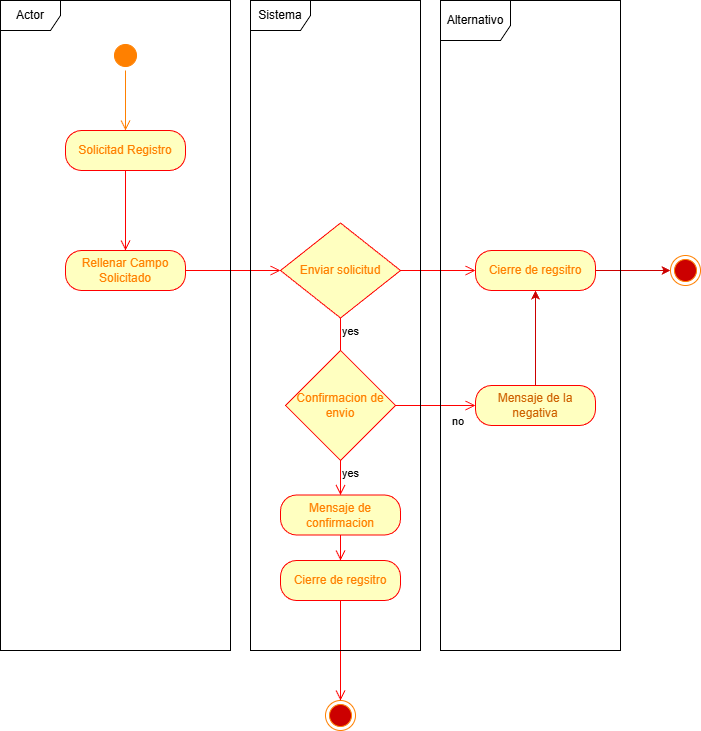
misaeluno/Proyecto-de-Software keeps this draw.io diagram as Misael/Clase_2 Proyecto/Unidad 2/Diagrama Actividad/Diagrama de actividad-Solicitad Registro_2_.drawio.png. Above is the earlier version. Source tidied: cells renumbered, new cells last; positions are measured from the earlier drawing's top-left corner, leaving out a move shared by most shapes. Its diagram source:
```xml
<mxGraphModel>
  <root>
    <mxCell id="0" />
    <mxCell id="1" parent="0" />
    <mxCell id="2" style="ellipse;html=1;shape=startState;fillColor=#FF8000;strokeColor=#FF8000;" parent="1" vertex="1">
      <mxGeometry x="110" y="40" width="30" height="30" as="geometry" />
    </mxCell>
    <mxCell id="3" style="edgeStyle=orthogonalEdgeStyle;html=1;verticalAlign=bottom;endArrow=open;endSize=8;strokeColor=#FF8000;rounded=0;" parent="1" edge="1" source="2">
      <mxGeometry relative="1" as="geometry">
        <mxPoint x="125" y="130" as="targetPoint" />
      </mxGeometry>
    </mxCell>
    <mxCell id="4" value="&lt;font style=&quot;color: rgb(255, 128, 0);&quot;&gt;Solicitad Registro&lt;/font&gt;" style="rounded=1;whiteSpace=wrap;html=1;arcSize=40;fontColor=#000000;fillColor=#ffffc0;strokeColor=#ff0000;" parent="1" vertex="1">
      <mxGeometry x="65" y="130" width="120" height="40" as="geometry" />
    </mxCell>
    <mxCell id="5" style="edgeStyle=orthogonalEdgeStyle;html=1;verticalAlign=bottom;endArrow=open;endSize=8;strokeColor=#ff0000;rounded=0;exitX=0.5;exitY=1;exitDx=0;exitDy=0;entryX=0.5;entryY=0;entryDx=0;entryDy=0;" parent="1" edge="1" source="4" target="6">
      <mxGeometry relative="1" as="geometry">
        <Array as="points">
          <mxPoint x="125" y="230" />
          <mxPoint x="125" y="230" />
        </Array>
      </mxGeometry>
    </mxCell>
    <mxCell id="6" value="&lt;font style=&quot;color: rgb(255, 128, 0);&quot;&gt;Rellenar Campo Solicitado&lt;/font&gt;" style="rounded=1;whiteSpace=wrap;html=1;arcSize=40;fontColor=#000000;fillColor=#ffffc0;strokeColor=#ff0000;" parent="1" vertex="1">
      <mxGeometry x="65" y="250" width="120" height="40" as="geometry" />
    </mxCell>
    <mxCell id="7" style="edgeStyle=orthogonalEdgeStyle;html=1;verticalAlign=bottom;endArrow=open;endSize=8;strokeColor=#ff0000;rounded=0;" parent="1" edge="1" source="6">
      <mxGeometry relative="1" as="geometry">
        <mxPoint x="280" y="270" as="targetPoint" />
      </mxGeometry>
    </mxCell>
    <mxCell id="8" style="ellipse;html=1;shape=endState;fillColor=#CC0000;strokeColor=#FF8000;" parent="1" vertex="1">
      <mxGeometry x="325" y="700" width="30" height="30" as="geometry" />
    </mxCell>
    <mxCell id="9" value="&lt;font style=&quot;color: rgb(255, 128, 0);&quot;&gt;Enviar solicitud&lt;/font&gt;" style="rhombus;whiteSpace=wrap;html=1;fontColor=#000000;fillColor=#ffffc0;strokeColor=#ff0000;" parent="1" vertex="1">
      <mxGeometry x="280" y="222.5" width="120" height="95" as="geometry" />
    </mxCell>
    <mxCell id="10" value="yes" style="edgeStyle=orthogonalEdgeStyle;html=1;align=left;verticalAlign=top;endArrow=open;endSize=8;strokeColor=#ff0000;rounded=0;" parent="1" edge="1" source="9">
      <mxGeometry x="-1" relative="1" as="geometry">
        <mxPoint x="340" y="420" as="targetPoint" />
      </mxGeometry>
    </mxCell>
    <mxCell id="11" style="edgeStyle=orthogonalEdgeStyle;html=1;verticalAlign=bottom;endArrow=open;endSize=8;strokeColor=#ff0000;rounded=0;" parent="1" edge="1" source="22" target="8">
      <mxGeometry relative="1" as="geometry" />
    </mxCell>
    <mxCell id="12" value="&lt;font style=&quot;color: rgb(255, 128, 0);&quot;&gt;Confirmacion de envio&lt;/font&gt;" style="rhombus;whiteSpace=wrap;html=1;fontColor=#000000;fillColor=#ffffc0;strokeColor=#ff0000;" parent="1" vertex="1">
      <mxGeometry x="285" y="350" width="110" height="110" as="geometry" />
    </mxCell>
    <mxCell id="13" value="no" style="edgeStyle=orthogonalEdgeStyle;html=1;align=left;verticalAlign=bottom;endArrow=open;endSize=8;strokeColor=#ff0000;rounded=0;entryX=0;entryY=0.5;entryDx=0;entryDy=0;" parent="1" edge="1" source="12" target="16">
      <mxGeometry x="0.38" y="-25" relative="1" as="geometry" />
    </mxCell>
    <mxCell id="14" value="yes" style="edgeStyle=orthogonalEdgeStyle;html=1;align=left;verticalAlign=top;endArrow=open;endSize=8;strokeColor=#ff0000;rounded=0;" parent="1" edge="1" source="12" target="17">
      <mxGeometry x="-1" relative="1" as="geometry" />
    </mxCell>
    <mxCell id="15" style="edgeStyle=orthogonalEdgeStyle;rounded=0;jettySize=auto;html=1;entryX=0.5;entryY=1;entryDx=0;entryDy=0;strokeColor=#CC0000;" parent="1" edge="1" source="16" target="20">
      <mxGeometry relative="1" as="geometry" />
    </mxCell>
    <mxCell id="16" value="&lt;font color=&quot;#ce6100&quot;&gt;Mensaje de la negativa&lt;/font&gt;" style="rounded=1;whiteSpace=wrap;html=1;arcSize=40;fontColor=#000000;fillColor=#ffffc0;strokeColor=#ff0000;" parent="1" vertex="1">
      <mxGeometry x="475" y="385" width="120" height="40" as="geometry" />
    </mxCell>
    <mxCell id="17" value="&lt;font style=&quot;color: rgb(255, 128, 0);&quot;&gt;Mensaje de confirmacion&lt;/font&gt;" style="rounded=1;whiteSpace=wrap;html=1;arcSize=40;fontColor=#000000;fillColor=#ffffc0;strokeColor=#ff0000;" parent="1" vertex="1">
      <mxGeometry x="280" y="494.5" width="120" height="40" as="geometry" />
    </mxCell>
    <mxCell id="18" style="edgeStyle=orthogonalEdgeStyle;html=1;verticalAlign=bottom;endArrow=open;endSize=8;strokeColor=#ff0000;rounded=0;" parent="1" edge="1" source="17" target="22">
      <mxGeometry relative="1" as="geometry" />
    </mxCell>
    <mxCell id="19" style="edgeStyle=orthogonalEdgeStyle;rounded=0;jettySize=auto;html=1;strokeColor=#CC0000;" parent="1" edge="1" source="20" target="23">
      <mxGeometry relative="1" as="geometry" />
    </mxCell>
    <mxCell id="20" value="&lt;font style=&quot;color: rgb(255, 128, 0);&quot;&gt;Cierre de regsitro&lt;/font&gt;" style="rounded=1;whiteSpace=wrap;html=1;arcSize=40;fontColor=#000000;fillColor=#ffffc0;strokeColor=#ff0000;" parent="1" vertex="1">
      <mxGeometry x="475" y="250" width="120" height="40" as="geometry" />
    </mxCell>
    <mxCell id="21" style="edgeStyle=orthogonalEdgeStyle;html=1;align=left;verticalAlign=bottom;endArrow=open;endSize=8;strokeColor=#ff0000;rounded=0;entryX=0;entryY=0.5;entryDx=0;entryDy=0;" parent="1" edge="1" source="9" target="20">
      <mxGeometry x="-1" relative="1" as="geometry" />
    </mxCell>
    <mxCell id="22" value="&lt;font style=&quot;color: rgb(255, 128, 0);&quot;&gt;Cierre de regsitro&lt;/font&gt;" style="rounded=1;whiteSpace=wrap;html=1;arcSize=40;fontColor=#000000;fillColor=#ffffc0;strokeColor=#ff0000;" parent="1" vertex="1">
      <mxGeometry x="280" y="560" width="120" height="40" as="geometry" />
    </mxCell>
    <mxCell id="23" style="ellipse;html=1;shape=endState;fillColor=#CC0000;strokeColor=#FF8000;" parent="1" vertex="1">
      <mxGeometry x="670" y="255" width="30" height="30" as="geometry" />
    </mxCell>
    <mxCell id="24" value="Actor" style="shape=umlFrame;whiteSpace=wrap;html=1;" parent="1" vertex="1">
      <mxGeometry width="230" height="650" as="geometry" />
    </mxCell>
    <mxCell id="25" value="Sistema" style="shape=umlFrame;whiteSpace=wrap;html=1;" parent="1" vertex="1">
      <mxGeometry x="250" width="170" height="650" as="geometry" />
    </mxCell>
    <mxCell id="26" value="Alternativo" style="shape=umlFrame;whiteSpace=wrap;html=1;width=70;height=40;" parent="1" vertex="1">
      <mxGeometry x="440" width="180" height="650" as="geometry" />
    </mxCell>
  </root>
</mxGraphModel>
```
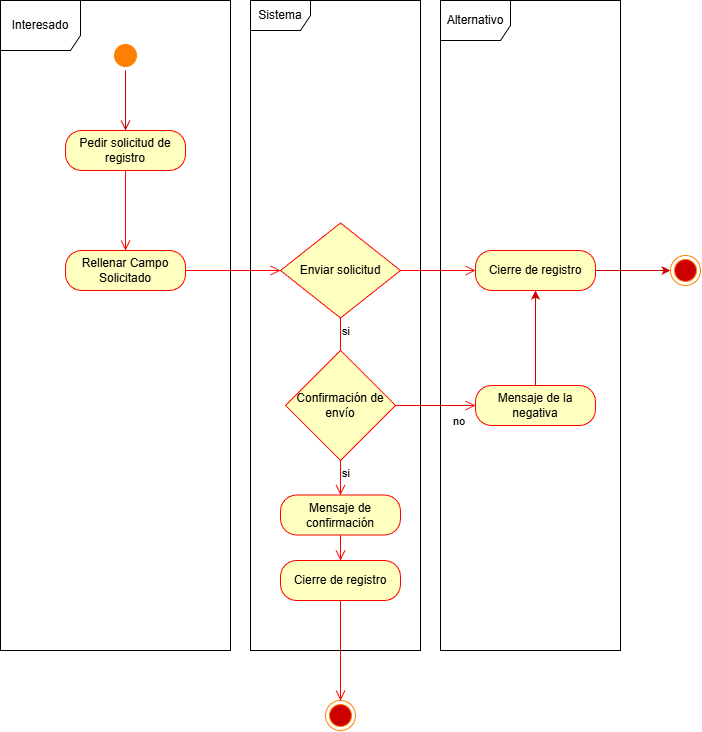
After the commit.

Diff of the diagram source:
```diff
@@ -5,12 +5,12 @@
     <mxCell id="2" style="ellipse;html=1;shape=startState;fillColor=#FF8000;strokeColor=#FF8000;" parent="1" vertex="1">
       <mxGeometry x="110" y="40" width="30" height="30" as="geometry" />
     </mxCell>
-    <mxCell id="3" style="edgeStyle=orthogonalEdgeStyle;html=1;verticalAlign=bottom;endArrow=open;endSize=8;strokeColor=#FF8000;rounded=0;" parent="1" edge="1" source="2">
+    <mxCell id="3" style="edgeStyle=orthogonalEdgeStyle;html=1;verticalAlign=bottom;endArrow=open;endSize=8;strokeColor=#CC0000;rounded=0;" parent="1" edge="1" source="2">
       <mxGeometry relative="1" as="geometry">
         <mxPoint x="125" y="130" as="targetPoint" />
       </mxGeometry>
     </mxCell>
-    <mxCell id="4" value="&lt;font style=&quot;color: rgb(255, 128, 0);&quot;&gt;Solicitad Registro&lt;/font&gt;" style="rounded=1;whiteSpace=wrap;html=1;arcSize=40;fontColor=#000000;fillColor=#ffffc0;strokeColor=#ff0000;" parent="1" vertex="1">
+    <mxCell id="4" value="&lt;font style=&quot;color: rgb(0, 0, 0);&quot;&gt;Pedir solicitud de registro&lt;/font&gt;" style="rounded=1;whiteSpace=wrap;html=1;arcSize=40;fontColor=#000000;fillColor=#ffffc0;strokeColor=#ff0000;" parent="1" vertex="1">
       <mxGeometry x="65" y="130" width="120" height="40" as="geometry" />
     </mxCell>
     <mxCell id="5" style="edgeStyle=orthogonalEdgeStyle;html=1;verticalAlign=bottom;endArrow=open;endSize=8;strokeColor=#ff0000;rounded=0;exitX=0.5;exitY=1;exitDx=0;exitDy=0;entryX=0.5;entryY=0;entryDx=0;entryDy=0;" parent="1" edge="1" source="4" target="6">
@@ -21,7 +21,7 @@
         </Array>
       </mxGeometry>
     </mxCell>
-    <mxCell id="6" value="&lt;font style=&quot;color: rgb(255, 128, 0);&quot;&gt;Rellenar Campo Solicitado&lt;/font&gt;" style="rounded=1;whiteSpace=wrap;html=1;arcSize=40;fontColor=#000000;fillColor=#ffffc0;strokeColor=#ff0000;" parent="1" vertex="1">
+    <mxCell id="6" value="&lt;font style=&quot;color: rgb(0, 0, 0);&quot;&gt;Rellenar Campo Solicitado&lt;/font&gt;" style="rounded=1;whiteSpace=wrap;html=1;arcSize=40;fontColor=#000000;fillColor=#ffffc0;strokeColor=#ff0000;" parent="1" vertex="1">
       <mxGeometry x="65" y="250" width="120" height="40" as="geometry" />
     </mxCell>
     <mxCell id="7" style="edgeStyle=orthogonalEdgeStyle;html=1;verticalAlign=bottom;endArrow=open;endSize=8;strokeColor=#ff0000;rounded=0;" parent="1" edge="1" source="6">
@@ -32,10 +32,10 @@
     <mxCell id="8" style="ellipse;html=1;shape=endState;fillColor=#CC0000;strokeColor=#FF8000;" parent="1" vertex="1">
       <mxGeometry x="325" y="700" width="30" height="30" as="geometry" />
     </mxCell>
-    <mxCell id="9" value="&lt;font style=&quot;color: rgb(255, 128, 0);&quot;&gt;Enviar solicitud&lt;/font&gt;" style="rhombus;whiteSpace=wrap;html=1;fontColor=#000000;fillColor=#ffffc0;strokeColor=#ff0000;" parent="1" vertex="1">
+    <mxCell id="9" value="&lt;font style=&quot;color: rgb(0, 0, 0);&quot;&gt;Enviar solicitud&lt;/font&gt;" style="rhombus;whiteSpace=wrap;html=1;fontColor=#000000;fillColor=#ffffc0;strokeColor=#ff0000;" parent="1" vertex="1">
       <mxGeometry x="280" y="222.5" width="120" height="95" as="geometry" />
     </mxCell>
-    <mxCell id="10" value="yes" style="edgeStyle=orthogonalEdgeStyle;html=1;align=left;verticalAlign=top;endArrow=open;endSize=8;strokeColor=#ff0000;rounded=0;" parent="1" edge="1" source="9">
+    <mxCell id="10" value="si" style="edgeStyle=orthogonalEdgeStyle;html=1;align=left;verticalAlign=top;endArrow=open;endSize=8;strokeColor=#ff0000;rounded=0;" parent="1" edge="1" source="9">
       <mxGeometry x="-1" relative="1" as="geometry">
         <mxPoint x="340" y="420" as="targetPoint" />
       </mxGeometry>
@@ -43,22 +43,22 @@
     <mxCell id="11" style="edgeStyle=orthogonalEdgeStyle;html=1;verticalAlign=bottom;endArrow=open;endSize=8;strokeColor=#ff0000;rounded=0;" parent="1" edge="1" source="22" target="8">
       <mxGeometry relative="1" as="geometry" />
     </mxCell>
-    <mxCell id="12" value="&lt;font style=&quot;color: rgb(255, 128, 0);&quot;&gt;Confirmacion de envio&lt;/font&gt;" style="rhombus;whiteSpace=wrap;html=1;fontColor=#000000;fillColor=#ffffc0;strokeColor=#ff0000;" parent="1" vertex="1">
+    <mxCell id="12" value="&lt;font style=&quot;color: rgb(0, 0, 0);&quot;&gt;Confirmación de envío&lt;/font&gt;" style="rhombus;whiteSpace=wrap;html=1;fontColor=#000000;fillColor=#ffffc0;strokeColor=#ff0000;" parent="1" vertex="1">
       <mxGeometry x="285" y="350" width="110" height="110" as="geometry" />
     </mxCell>
     <mxCell id="13" value="no" style="edgeStyle=orthogonalEdgeStyle;html=1;align=left;verticalAlign=bottom;endArrow=open;endSize=8;strokeColor=#ff0000;rounded=0;entryX=0;entryY=0.5;entryDx=0;entryDy=0;" parent="1" edge="1" source="12" target="16">
       <mxGeometry x="0.38" y="-25" relative="1" as="geometry" />
     </mxCell>
-    <mxCell id="14" value="yes" style="edgeStyle=orthogonalEdgeStyle;html=1;align=left;verticalAlign=top;endArrow=open;endSize=8;strokeColor=#ff0000;rounded=0;" parent="1" edge="1" source="12" target="17">
+    <mxCell id="14" value="si" style="edgeStyle=orthogonalEdgeStyle;html=1;align=left;verticalAlign=top;endArrow=open;endSize=8;strokeColor=#ff0000;rounded=0;" parent="1" edge="1" source="12" target="17">
       <mxGeometry x="-1" relative="1" as="geometry" />
     </mxCell>
     <mxCell id="15" style="edgeStyle=orthogonalEdgeStyle;rounded=0;jettySize=auto;html=1;entryX=0.5;entryY=1;entryDx=0;entryDy=0;strokeColor=#CC0000;" parent="1" edge="1" source="16" target="20">
       <mxGeometry relative="1" as="geometry" />
     </mxCell>
-    <mxCell id="16" value="&lt;font color=&quot;#ce6100&quot;&gt;Mensaje de la negativa&lt;/font&gt;" style="rounded=1;whiteSpace=wrap;html=1;arcSize=40;fontColor=#000000;fillColor=#ffffc0;strokeColor=#ff0000;" parent="1" vertex="1">
+    <mxCell id="16" value="&lt;font style=&quot;color: rgb(0, 0, 0);&quot;&gt;Mensaje de la negativa&lt;/font&gt;" style="rounded=1;whiteSpace=wrap;html=1;arcSize=40;fontColor=#000000;fillColor=#ffffc0;strokeColor=#ff0000;" parent="1" vertex="1">
       <mxGeometry x="475" y="385" width="120" height="40" as="geometry" />
     </mxCell>
-    <mxCell id="17" value="&lt;font style=&quot;color: rgb(255, 128, 0);&quot;&gt;Mensaje de confirmacion&lt;/font&gt;" style="rounded=1;whiteSpace=wrap;html=1;arcSize=40;fontColor=#000000;fillColor=#ffffc0;strokeColor=#ff0000;" parent="1" vertex="1">
+    <mxCell id="17" value="&lt;font style=&quot;color: rgb(0, 0, 0);&quot;&gt;Mensaje de confirmación&lt;/font&gt;" style="rounded=1;whiteSpace=wrap;html=1;arcSize=40;fontColor=#000000;fillColor=#ffffc0;strokeColor=#ff0000;" parent="1" vertex="1">
       <mxGeometry x="280" y="494.5" width="120" height="40" as="geometry" />
     </mxCell>
     <mxCell id="18" style="edgeStyle=orthogonalEdgeStyle;html=1;verticalAlign=bottom;endArrow=open;endSize=8;strokeColor=#ff0000;rounded=0;" parent="1" edge="1" source="17" target="22">
@@ -67,19 +67,19 @@
     <mxCell id="19" style="edgeStyle=orthogonalEdgeStyle;rounded=0;jettySize=auto;html=1;strokeColor=#CC0000;" parent="1" edge="1" source="20" target="23">
       <mxGeometry relative="1" as="geometry" />
     </mxCell>
-    <mxCell id="20" value="&lt;font style=&quot;color: rgb(255, 128, 0);&quot;&gt;Cierre de regsitro&lt;/font&gt;" style="rounded=1;whiteSpace=wrap;html=1;arcSize=40;fontColor=#000000;fillColor=#ffffc0;strokeColor=#ff0000;" parent="1" vertex="1">
+    <mxCell id="20" value="&lt;font style=&quot;color: rgb(0, 0, 0);&quot;&gt;Cierre de registro&lt;/font&gt;" style="rounded=1;whiteSpace=wrap;html=1;arcSize=40;fontColor=#000000;fillColor=#ffffc0;strokeColor=#ff0000;" parent="1" vertex="1">
       <mxGeometry x="475" y="250" width="120" height="40" as="geometry" />
     </mxCell>
     <mxCell id="21" style="edgeStyle=orthogonalEdgeStyle;html=1;align=left;verticalAlign=bottom;endArrow=open;endSize=8;strokeColor=#ff0000;rounded=0;entryX=0;entryY=0.5;entryDx=0;entryDy=0;" parent="1" edge="1" source="9" target="20">
       <mxGeometry x="-1" relative="1" as="geometry" />
     </mxCell>
-    <mxCell id="22" value="&lt;font style=&quot;color: rgb(255, 128, 0);&quot;&gt;Cierre de regsitro&lt;/font&gt;" style="rounded=1;whiteSpace=wrap;html=1;arcSize=40;fontColor=#000000;fillColor=#ffffc0;strokeColor=#ff0000;" parent="1" vertex="1">
+    <mxCell id="22" value="&lt;font style=&quot;color: rgb(0, 0, 0);&quot;&gt;Cierre de registro&lt;/font&gt;" style="rounded=1;whiteSpace=wrap;html=1;arcSize=40;fontColor=#000000;fillColor=#ffffc0;strokeColor=#ff0000;" parent="1" vertex="1">
       <mxGeometry x="280" y="560" width="120" height="40" as="geometry" />
     </mxCell>
     <mxCell id="23" style="ellipse;html=1;shape=endState;fillColor=#CC0000;strokeColor=#FF8000;" parent="1" vertex="1">
       <mxGeometry x="670" y="255" width="30" height="30" as="geometry" />
     </mxCell>
-    <mxCell id="24" value="Actor" style="shape=umlFrame;whiteSpace=wrap;html=1;" parent="1" vertex="1">
+    <mxCell id="24" value="Interesado" style="shape=umlFrame;whiteSpace=wrap;html=1;width=80;height=50;" parent="1" vertex="1">
       <mxGeometry width="230" height="650" as="geometry" />
     </mxCell>
     <mxCell id="25" value="Sistema" style="shape=umlFrame;whiteSpace=wrap;html=1;" parent="1" vertex="1">
```
